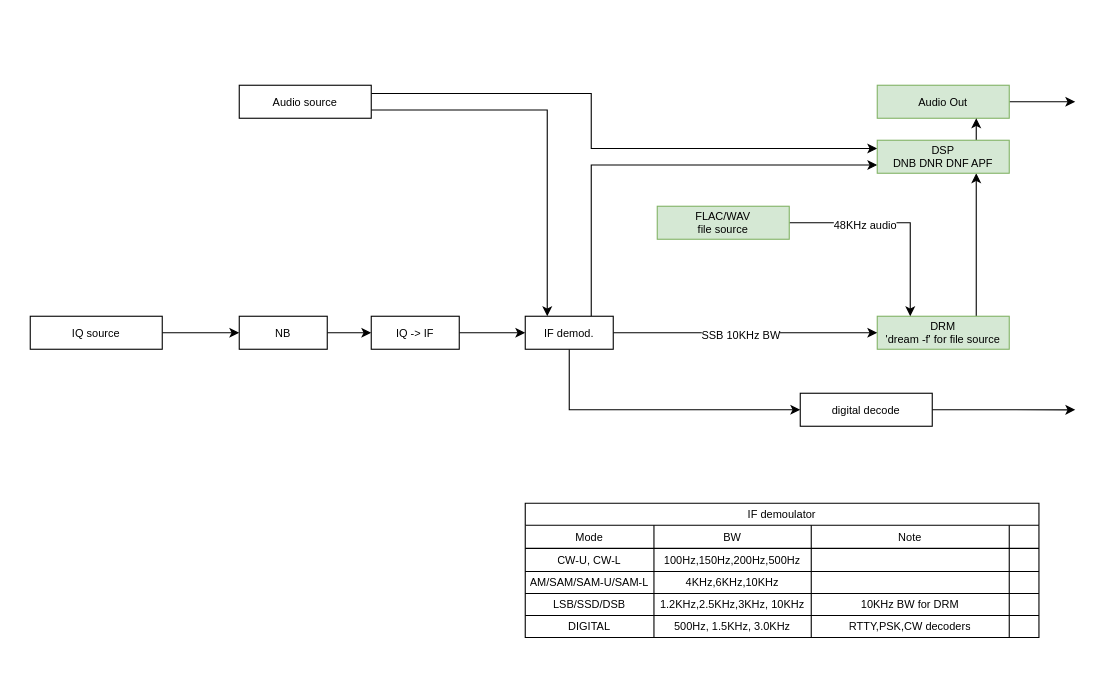
This is docs/CM5-sdr-backend-pipeline-FLAC-DRM.drawio from dielectric-coder/efd-station, a draw.io file, before an edit. Source tidied: cells renumbered, new cells numbered last; positions are measured from the earlier drawing's top-left corner, leaving out a move shared by most shapes. Both pictures are drawn from the tidied source at 110%, with x=0, y=0 at pixel (30, 85).
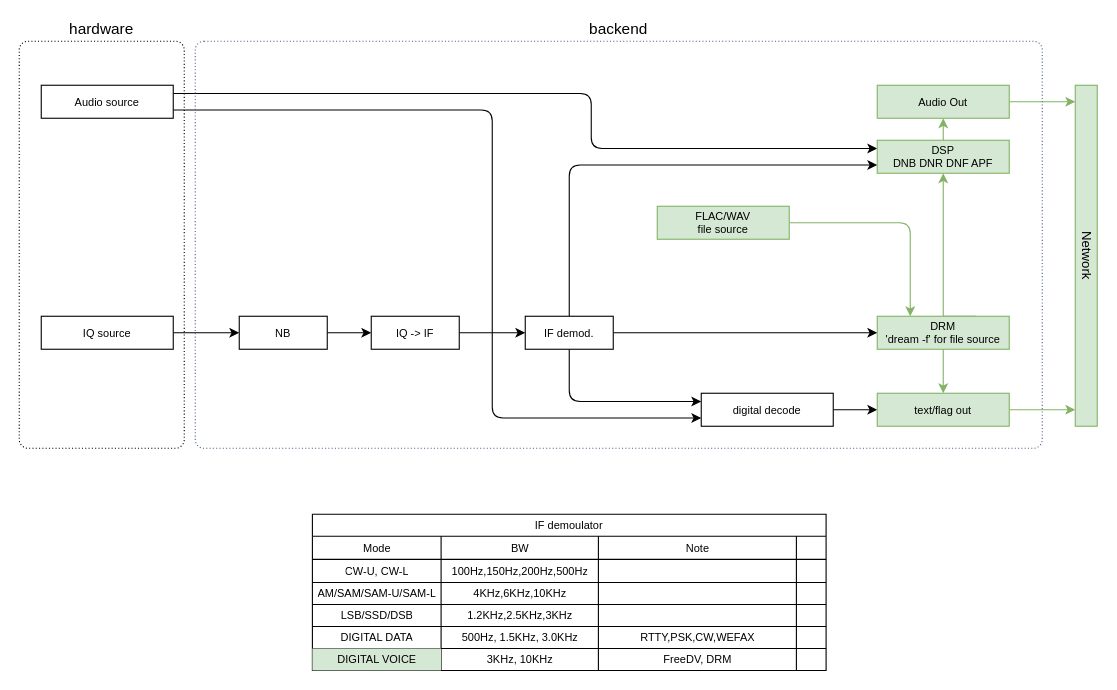
The same diagram, later.

Unchanged cells that the change refers to:
```xml
<mxCell id="10" value="DRM&lt;div&gt;'dream -f' for file source&lt;/div&gt;" style="rounded=0;whiteSpace=wrap;html=1;fontSize=10;fillColor=#d5e8d4;strokeColor=#82b366;" parent="1" vertex="1">
  <mxGeometry x="770" y="210" width="120" height="30" as="geometry" />
</mxCell>
<mxCell id="12" style="edgeStyle=orthogonalEdgeStyle;rounded=0;jettySize=auto;html=1;exitX=1;exitY=0.5;exitDx=0;exitDy=0;entryX=0;entryY=0.5;entryDx=0;entryDy=0;fontSize=10;" parent="1" edge="1" source="15" target="10">
  <mxGeometry relative="1" as="geometry" />
</mxCell>
<mxCell id="15" value="IF demod." style="rounded=0;whiteSpace=wrap;html=1;fontSize=10;" parent="1" vertex="1">
  <mxGeometry x="450" y="210" width="80" height="30" as="geometry" />
</mxCell>
<mxCell id="19" value="Audio Out" style="rounded=0;whiteSpace=wrap;html=1;fontSize=10;fillColor=#d5e8d4;strokeColor=#82b366;" parent="1" vertex="1">
  <mxGeometry x="770" width="120" height="30" as="geometry" />
</mxCell>
<mxCell id="22" value="FLAC/WAV&lt;div&gt;file source&lt;/div&gt;" style="rounded=0;whiteSpace=wrap;html=1;fontSize=10;fillColor=#d5e8d4;strokeColor=#82b366;" parent="1" vertex="1">
  <mxGeometry x="570" y="110" width="120" height="30" as="geometry" />
</mxCell>
<mxCell id="26" value="&lt;font&gt;DSP&lt;/font&gt;&lt;div&gt;&lt;font&gt;DNB DNR DNF APF&lt;/font&gt;&lt;/div&gt;" style="rounded=0;whiteSpace=wrap;html=1;fontSize=10;fillColor=#d5e8d4;strokeColor=#82b366;" parent="1" vertex="1">
  <mxGeometry x="770" y="50" width="120" height="30" as="geometry" />
</mxCell>
<mxCell id="43" style="shape=tableRow;horizontal=0;startSize=0;swimlaneHead=0;swimlaneBody=0;strokeColor=inherit;top=0;left=0;bottom=0;right=0;fillColor=none;fontSize=10;" parent="27" vertex="1">
  <mxGeometry y="82" width="467" height="20" as="geometry" />
</mxCell>
<mxCell id="48" style="shape=tableRow;horizontal=0;startSize=0;swimlaneHead=0;swimlaneBody=0;strokeColor=inherit;top=0;left=0;bottom=0;right=0;fillColor=none;fontSize=10;" parent="27" vertex="1">
  <mxGeometry y="102" width="467" height="20" as="geometry" />
</mxCell>
```

Change to the diagram source:
```diff
@@
-    <mxCell id="2" style="edgeStyle=orthogonalEdgeStyle;rounded=0;jettySize=auto;html=1;exitX=1;exitY=0.75;exitDx=0;exitDy=0;entryX=0.25;entryY=0;entryDx=0;entryDy=0;fontSize=10;" parent="1" edge="1" source="4" target="15">
-      <mxGeometry relative="1" as="geometry" />
-    </mxCell>
-    <mxCell id="3" style="edgeStyle=orthogonalEdgeStyle;rounded=0;jettySize=auto;html=1;exitX=1;exitY=0.25;exitDx=0;exitDy=0;entryX=0;entryY=0.25;entryDx=0;entryDy=0;" parent="1" edge="1" source="4" target="26">
+    <mxCell id="3" style="edgeStyle=orthogonalEdgeStyle;rounded=1;jettySize=auto;html=1;exitX=1;exitY=0.25;exitDx=0;exitDy=0;entryX=0;entryY=0.25;entryDx=0;entryDy=0;curved=0;" parent="1" edge="1" source="4" target="26">
       <mxGeometry relative="1" as="geometry">
         <Array as="points">
           <mxPoint x="510" y="7" />
           <mxPoint x="510" y="57" />
         </Array>
       </mxGeometry>
     </mxCell>
+    <mxCell id="53" style="edgeStyle=orthogonalEdgeStyle;rounded=1;jettySize=auto;html=1;exitX=1;exitY=0.75;exitDx=0;exitDy=0;entryX=0;entryY=0.75;entryDx=0;entryDy=0;curved=0;" parent="1" edge="1" source="4" target="17">
+      <mxGeometry relative="1" as="geometry">
+        <Array as="points">
+          <mxPoint x="420" y="22" />
+          <mxPoint x="420" y="302" />
+        </Array>
+      </mxGeometry>
+    </mxCell>
     <mxCell id="4" value="Audio source" style="rounded=0;whiteSpace=wrap;html=1;fontSize=10;" parent="1" vertex="1">
-      <mxGeometry x="190" width="120" height="30" as="geometry" />
+      <mxGeometry x="10" width="120" height="30" as="geometry" />
     </mxCell>
@@
     <mxCell id="8" value="IQ source" style="rounded=0;whiteSpace=wrap;html=1;fontSize=10;" parent="1" vertex="1">
-      <mxGeometry y="210" width="120" height="30" as="geometry" />
+      <mxGeometry x="10" y="210" width="120" height="30" as="geometry" />
     </mxCell>
-    <mxCell id="9" style="edgeStyle=orthogonalEdgeStyle;rounded=0;jettySize=auto;html=1;exitX=0.75;exitY=0;exitDx=0;exitDy=0;entryX=0.75;entryY=1;entryDx=0;entryDy=0;fontSize=10;" parent="1" edge="1" source="10" target="26">
-      <mxGeometry relative="1" as="geometry" />
+    <mxCell id="9" style="edgeStyle=orthogonalEdgeStyle;rounded=0;jettySize=auto;html=1;exitX=0.75;exitY=0;exitDx=0;exitDy=0;entryX=0.5;entryY=1;entryDx=0;entryDy=0;fontSize=10;fillColor=#d5e8d4;strokeColor=#82b366;textDirection=vertical-lr;" parent="1" edge="1" source="10" target="26">
+      <mxGeometry relative="1" as="geometry">
+        <Array as="points">
+          <mxPoint x="830" y="210" />
+        </Array>
+      </mxGeometry>
     </mxCell>
+    <mxCell id="54" style="edgeStyle=orthogonalEdgeStyle;rounded=0;jettySize=auto;html=1;exitX=0.5;exitY=1;exitDx=0;exitDy=0;entryX=0.5;entryY=0;entryDx=0;entryDy=0;fillColor=#d5e8d4;strokeColor=#82b366;" parent="1" edge="1" source="10" target="62">
+      <mxGeometry relative="1" as="geometry" />
+    </mxCell>
@@
-    <mxCell id="11" style="edgeStyle=orthogonalEdgeStyle;rounded=0;jettySize=auto;html=1;exitX=0.5;exitY=1;exitDx=0;exitDy=0;entryX=0;entryY=0.5;entryDx=0;entryDy=0;fontSize=10;" parent="1" edge="1" source="15" target="17">
+    <mxCell id="11" style="edgeStyle=orthogonalEdgeStyle;rounded=1;jettySize=auto;html=1;exitX=0.5;exitY=1;exitDx=0;exitDy=0;entryX=0;entryY=0.25;entryDx=0;entryDy=0;fontSize=10;curved=0;" parent="1" edge="1" source="15" target="17">
       <mxGeometry relative="1" as="geometry" />
     </mxCell>
@@
-    <mxCell id="13" value="SSB 10KHz BW" style="edgeLabel;html=1;align=center;verticalAlign=middle;fontSize=10;" parent="12" vertex="1">
-      <mxGeometry x="-0.04" y="-1" relative="1" as="geometry" />
-    </mxCell>
-    <mxCell id="14" style="edgeStyle=orthogonalEdgeStyle;rounded=0;jettySize=auto;html=1;exitX=0.75;exitY=0;exitDx=0;exitDy=0;entryX=0;entryY=0.75;entryDx=0;entryDy=0;" parent="1" edge="1" source="15" target="26">
+    <mxCell id="14" style="edgeStyle=orthogonalEdgeStyle;rounded=1;jettySize=auto;html=1;exitX=0.5;exitY=0;exitDx=0;exitDy=0;entryX=0;entryY=0.75;entryDx=0;entryDy=0;curved=0;" parent="1" edge="1" source="15" target="26">
       <mxGeometry relative="1" as="geometry" />
     </mxCell>
@@
-    <mxCell id="16" style="edgeStyle=orthogonalEdgeStyle;rounded=0;jettySize=auto;html=1;exitX=1;exitY=0.5;exitDx=0;exitDy=0;fontSize=10;" parent="1" edge="1" source="17">
-      <mxGeometry relative="1" as="geometry">
-        <mxPoint x="950" y="295.1" as="targetPoint" />
-      </mxGeometry>
-    </mxCell>
+    <mxCell id="55" style="edgeStyle=orthogonalEdgeStyle;rounded=0;jettySize=auto;html=1;exitX=1;exitY=0.5;exitDx=0;exitDy=0;entryX=0;entryY=0.5;entryDx=0;entryDy=0;" parent="1" edge="1" source="17" target="62">
+      <mxGeometry relative="1" as="geometry" />
+    </mxCell>
     <mxCell id="17" value="digital decode" style="rounded=0;whiteSpace=wrap;html=1;fontSize=10;" parent="1" vertex="1">
-      <mxGeometry x="700" y="280" width="120" height="30" as="geometry" />
+      <mxGeometry x="610" y="280" width="120" height="30" as="geometry" />
     </mxCell>
-    <mxCell id="18" style="edgeStyle=orthogonalEdgeStyle;rounded=0;jettySize=auto;html=1;exitX=1;exitY=0.5;exitDx=0;exitDy=0;fontSize=10;" parent="1" edge="1" source="19">
+    <mxCell id="18" style="edgeStyle=orthogonalEdgeStyle;rounded=0;jettySize=auto;html=1;exitX=1;exitY=0.5;exitDx=0;exitDy=0;fontSize=10;fillColor=#d5e8d4;strokeColor=#82b366;" parent="1" edge="1" source="19">
       <mxGeometry relative="1" as="geometry">
         <mxPoint x="950" y="15" as="targetPoint" />
       </mxGeometry>
     </mxCell>
@@
-    <mxCell id="20" style="edgeStyle=orthogonalEdgeStyle;rounded=0;jettySize=auto;html=1;exitX=1;exitY=0.5;exitDx=0;exitDy=0;entryX=0.25;entryY=0;entryDx=0;entryDy=0;fontSize=10;" parent="1" edge="1" source="22" target="10">
+    <mxCell id="20" style="edgeStyle=orthogonalEdgeStyle;rounded=1;jettySize=auto;html=1;exitX=1;exitY=0.5;exitDx=0;exitDy=0;entryX=0.25;entryY=0;entryDx=0;entryDy=0;fontSize=10;curved=0;fillColor=#d5e8d4;strokeColor=#82b366;" parent="1" edge="1" source="22" target="10">
       <mxGeometry relative="1" as="geometry" />
     </mxCell>
-    <mxCell id="21" value="48KHz audio" style="edgeLabel;html=1;align=center;verticalAlign=middle;fontSize=10;" parent="20" vertex="1">
-      <mxGeometry x="-0.3" y="-1" relative="1" as="geometry" />
-    </mxCell>
@@
-    <mxCell id="25" style="edgeStyle=orthogonalEdgeStyle;rounded=0;jettySize=auto;html=1;exitX=0.75;exitY=0;exitDx=0;exitDy=0;entryX=0.75;entryY=1;entryDx=0;entryDy=0;fontSize=10;" parent="1" edge="1" source="26" target="19">
+    <mxCell id="25" style="edgeStyle=orthogonalEdgeStyle;rounded=0;jettySize=auto;html=1;exitX=0.5;exitY=0;exitDx=0;exitDy=0;entryX=0.5;entryY=1;entryDx=0;entryDy=0;fillColor=#d5e8d4;strokeColor=#82b366;" parent="1" edge="1" source="26" target="19">
       <mxGeometry relative="1" as="geometry" />
     </mxCell>
@@
     <mxCell id="27" value="IF demoulator" style="shape=table;startSize=20;childLayout=tableLayout;strokeColor=default;fontSize=10;" parent="1" vertex="1">
-      <mxGeometry x="450" y="380" width="467" height="122" as="geometry" />
+      <mxGeometry x="256.5" y="390" width="467" height="142" as="geometry" />
     </mxCell>
@@
-    <mxCell id="45" value="1.2KHz,2.5KHz,3KHz, 10KHz" style="shape=partialRectangle;html=1;whiteSpace=wrap;strokeColor=inherit;overflow=hidden;fillColor=none;top=0;left=0;bottom=0;right=0;fontSize=10;" parent="43" vertex="1">
+    <mxCell id="45" value="1.2KHz,2.5KHz,3KHz" style="shape=partialRectangle;html=1;whiteSpace=wrap;strokeColor=inherit;overflow=hidden;fillColor=none;top=0;left=0;bottom=0;right=0;fontSize=10;" parent="43" vertex="1">
       <mxGeometry x="117" width="143" height="20" as="geometry" />
     </mxCell>
-    <mxCell id="46" value="10KHz BW for DRM" style="shape=partialRectangle;html=1;whiteSpace=wrap;strokeColor=inherit;overflow=hidden;fillColor=none;top=0;left=0;bottom=0;right=0;fontSize=10;" parent="43" vertex="1">
+    <mxCell id="46" style="shape=partialRectangle;html=1;whiteSpace=wrap;strokeColor=inherit;overflow=hidden;fillColor=none;top=0;left=0;bottom=0;right=0;fontSize=10;" parent="43" vertex="1">
       <mxGeometry x="260" width="180" height="20" as="geometry" />
     </mxCell>
@@
-    <mxCell id="49" value="DIGITAL" style="shape=partialRectangle;html=1;whiteSpace=wrap;strokeColor=inherit;overflow=hidden;fillColor=none;top=0;left=0;bottom=0;right=0;fontSize=10;" parent="48" vertex="1">
+    <mxCell id="49" value="DIGITAL DATA" style="shape=partialRectangle;html=1;whiteSpace=wrap;strokeColor=inherit;overflow=hidden;fillColor=none;top=0;left=0;bottom=0;right=0;fontSize=10;" parent="48" vertex="1">
       <mxGeometry width="117" height="20" as="geometry" />
     </mxCell>
@@
-    <mxCell id="51" value="RTTY,PSK,CW decoders" style="shape=partialRectangle;html=1;whiteSpace=wrap;strokeColor=inherit;overflow=hidden;fillColor=none;top=0;left=0;bottom=0;right=0;fontSize=10;" parent="48" vertex="1">
+    <mxCell id="51" value="RTTY,PSK,CW,WEFAX" style="shape=partialRectangle;html=1;whiteSpace=wrap;strokeColor=inherit;overflow=hidden;fillColor=none;top=0;left=0;bottom=0;right=0;fontSize=10;" parent="48" vertex="1">
       <mxGeometry x="260" width="180" height="20" as="geometry" />
     </mxCell>
@@
+    <mxCell id="56" style="shape=tableRow;horizontal=0;startSize=0;swimlaneHead=0;swimlaneBody=0;strokeColor=inherit;top=0;left=0;bottom=0;right=0;fillColor=none;fontSize=10;" parent="27" vertex="1">
+      <mxGeometry y="122" width="467" height="20" as="geometry" />
+    </mxCell>
+    <mxCell id="57" value="DIGITAL VOICE" style="shape=partialRectangle;html=1;whiteSpace=wrap;strokeColor=#82b366;overflow=hidden;fillColor=#d5e8d4;top=0;left=0;bottom=0;right=0;fontSize=10;" parent="56" vertex="1">
+      <mxGeometry width="117" height="20" as="geometry" />
+    </mxCell>
+    <mxCell id="58" value="3KHz, 10KHz" style="shape=partialRectangle;html=1;whiteSpace=wrap;strokeColor=inherit;overflow=hidden;fillColor=none;top=0;left=0;bottom=0;right=0;fontSize=10;" parent="56" vertex="1">
+      <mxGeometry x="117" width="143" height="20" as="geometry" />
+    </mxCell>
+    <mxCell id="59" value="FreeDV, DRM" style="shape=partialRectangle;html=1;whiteSpace=wrap;strokeColor=inherit;overflow=hidden;fillColor=none;top=0;left=0;bottom=0;right=0;fontSize=10;" parent="56" vertex="1">
+      <mxGeometry x="260" width="180" height="20" as="geometry" />
+    </mxCell>
+    <mxCell id="60" style="shape=partialRectangle;html=1;whiteSpace=wrap;strokeColor=inherit;overflow=hidden;fillColor=none;top=0;left=0;bottom=0;right=0;fontSize=10;" parent="56" vertex="1">
+      <mxGeometry x="440" width="27" height="20" as="geometry" />
+    </mxCell>
+    <mxCell id="61" style="edgeStyle=orthogonalEdgeStyle;rounded=0;jettySize=auto;html=1;exitX=1;exitY=0.5;exitDx=0;exitDy=0;fillColor=#d5e8d4;strokeColor=#82b366;" parent="1" edge="1" source="62">
+      <mxGeometry relative="1" as="geometry">
+        <mxPoint x="950" y="295" as="targetPoint" />
+      </mxGeometry>
+    </mxCell>
+    <mxCell id="62" value="text/flag out" style="rounded=0;whiteSpace=wrap;html=1;fontSize=10;fillColor=#d5e8d4;strokeColor=#82b366;" parent="1" vertex="1">
+      <mxGeometry x="770" y="280" width="120" height="30" as="geometry" />
+    </mxCell>
+    <mxCell id="63" value="Network" style="rounded=0;whiteSpace=wrap;html=1;textDirection=vertical-rl;fillColor=#d5e8d4;strokeColor=#82b366;" parent="1" vertex="1">
+      <mxGeometry x="950" width="20" height="310" as="geometry" />
+    </mxCell>
+    <mxCell id="64" value="&lt;font style=&quot;font-size: 14px;&quot;&gt;backend&lt;/font&gt;" style="rounded=1;whiteSpace=wrap;html=1;fillColor=none;arcSize=16;absoluteArcSize=1;dashed=1;dashPattern=1 2;strokeColor=#4E668A;labelPosition=center;verticalLabelPosition=top;align=center;verticalAlign=bottom;" parent="1" vertex="1">
+      <mxGeometry x="150" y="-40" width="770" height="370" as="geometry" />
+    </mxCell>
+    <mxCell id="65" value="&lt;font style=&quot;font-size: 14px;&quot;&gt;hardware&lt;/font&gt;" style="rounded=1;whiteSpace=wrap;html=1;arcSize=16;absoluteArcSize=1;fillColor=none;dashed=1;dashPattern=1 2;labelPosition=center;verticalLabelPosition=top;align=center;verticalAlign=bottom;" parent="1" vertex="1">
+      <mxGeometry x="-10" y="-40" width="150" height="370" as="geometry" />
+    </mxCell>
```
